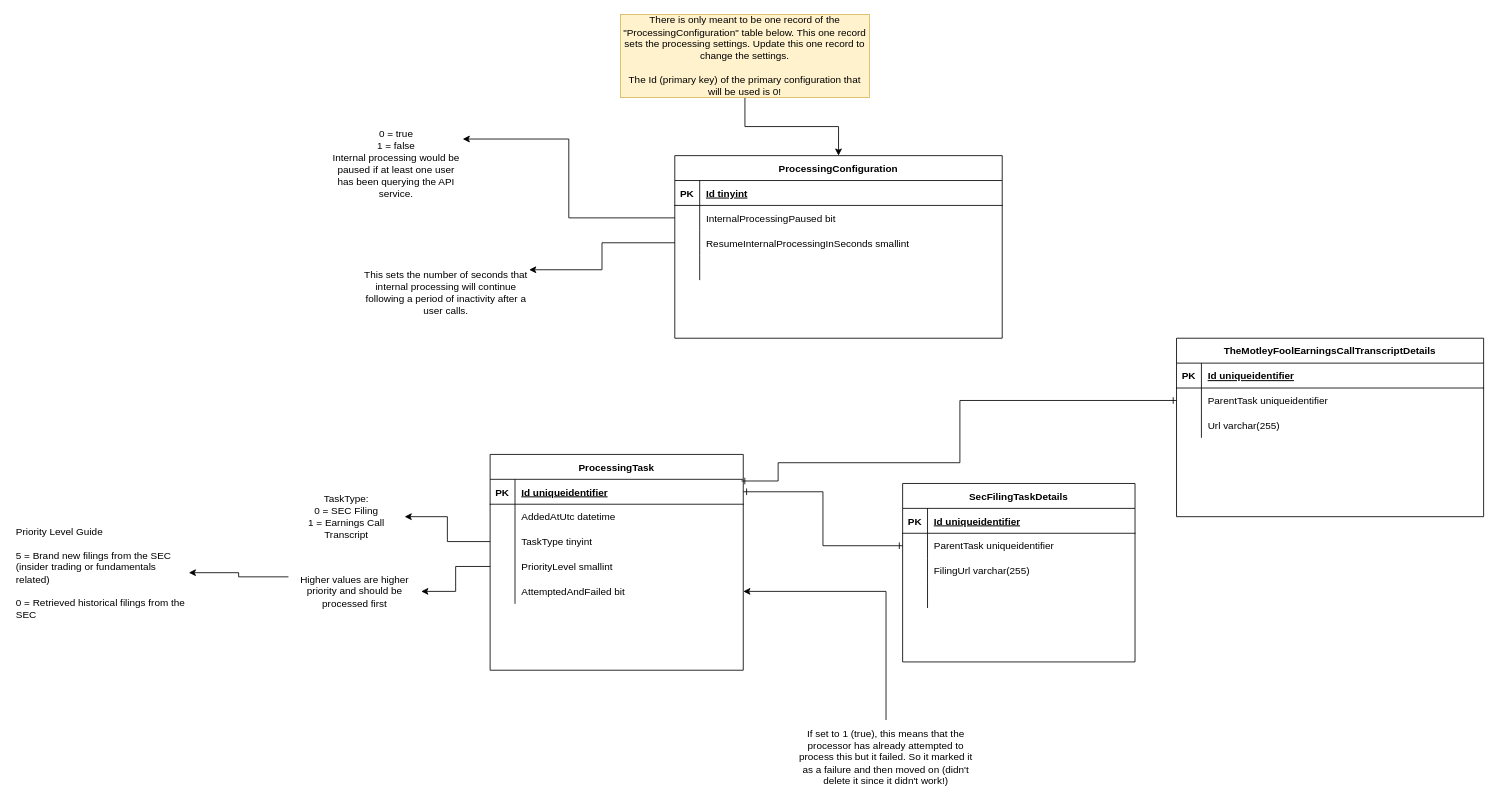
This is AletheiaProcessingQueueErd.drawio from TimHanewich/Aletheia-Engine-Library, a draw.io file, before an edit. Source tidied: cells renumbered, new cells numbered last; positions are measured from the earlier drawing's top-left corner, leaving out a move shared by most shapes. Both pictures are drawn from the tidied source at 83%, with x=0, y=0 at pixel (14, 14).
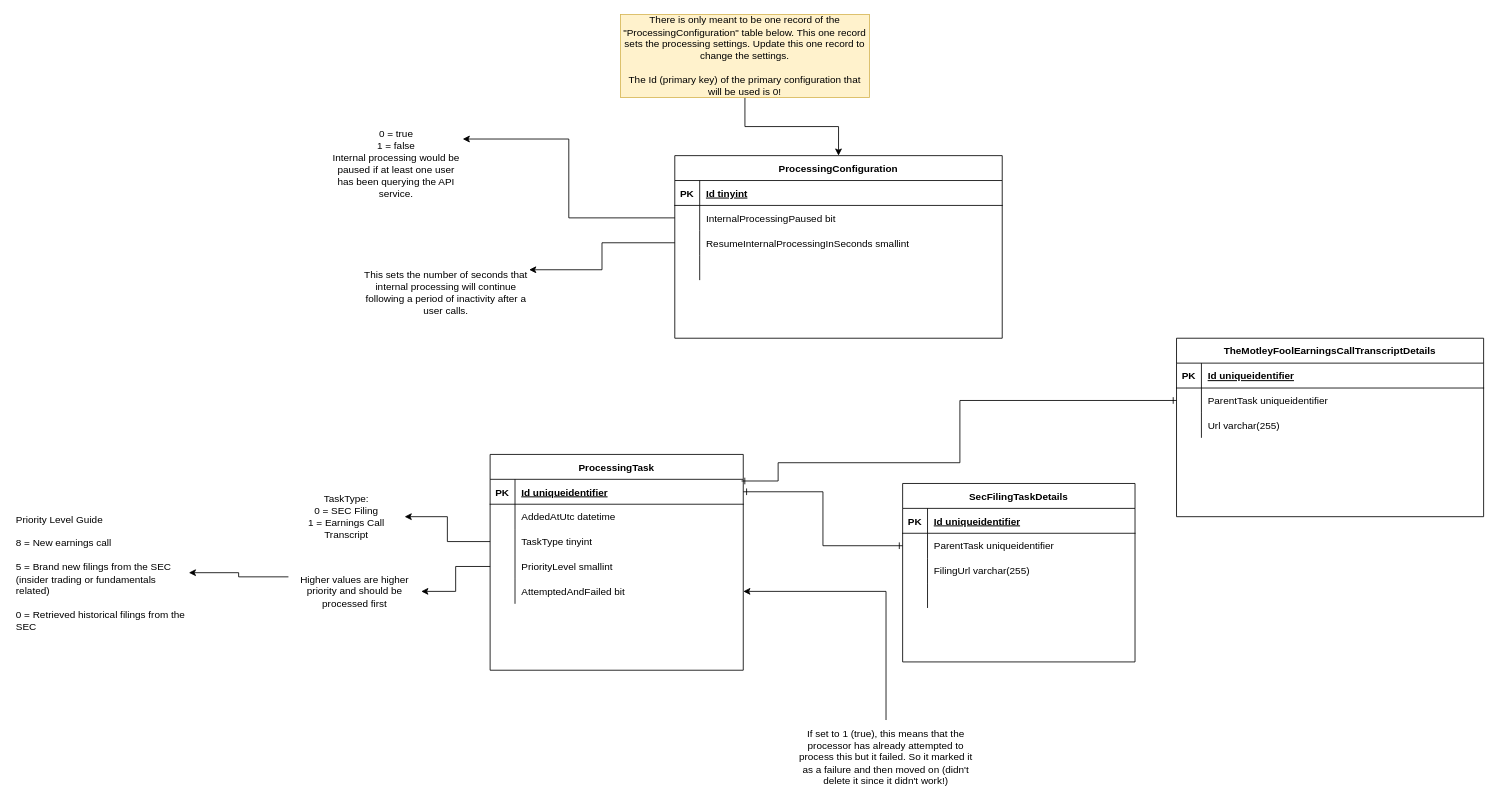
After the change.

Commit message:
Updated priority levels

What changed in the source:
```diff
@@
-    <mxCell id="56" value="Priority Level Guide&lt;br&gt;&lt;br&gt;5 = Brand new filings from the SEC (insider trading or fundamentals related)&lt;br&gt;&lt;br&gt;0 = Retrieved historical filings from the SEC" style="text;html=1;strokeColor=none;fillColor=none;align=left;verticalAlign=middle;whiteSpace=wrap;rounded=0;" parent="1" vertex="1">
+    <mxCell id="56" value="Priority Level Guide&lt;br&gt;&lt;br&gt;8 = New earnings call&lt;br&gt;&lt;br&gt;5 = Brand new filings from the SEC (insider trading or fundamentals related)&lt;br&gt;&lt;br&gt;0 = Retrieved historical filings from the SEC" style="text;html=1;strokeColor=none;fillColor=none;align=left;verticalAlign=middle;whiteSpace=wrap;rounded=0;" parent="1" vertex="1">
       <mxGeometry y="592.5" width="210" height="160" as="geometry" />
     </mxCell>
```
